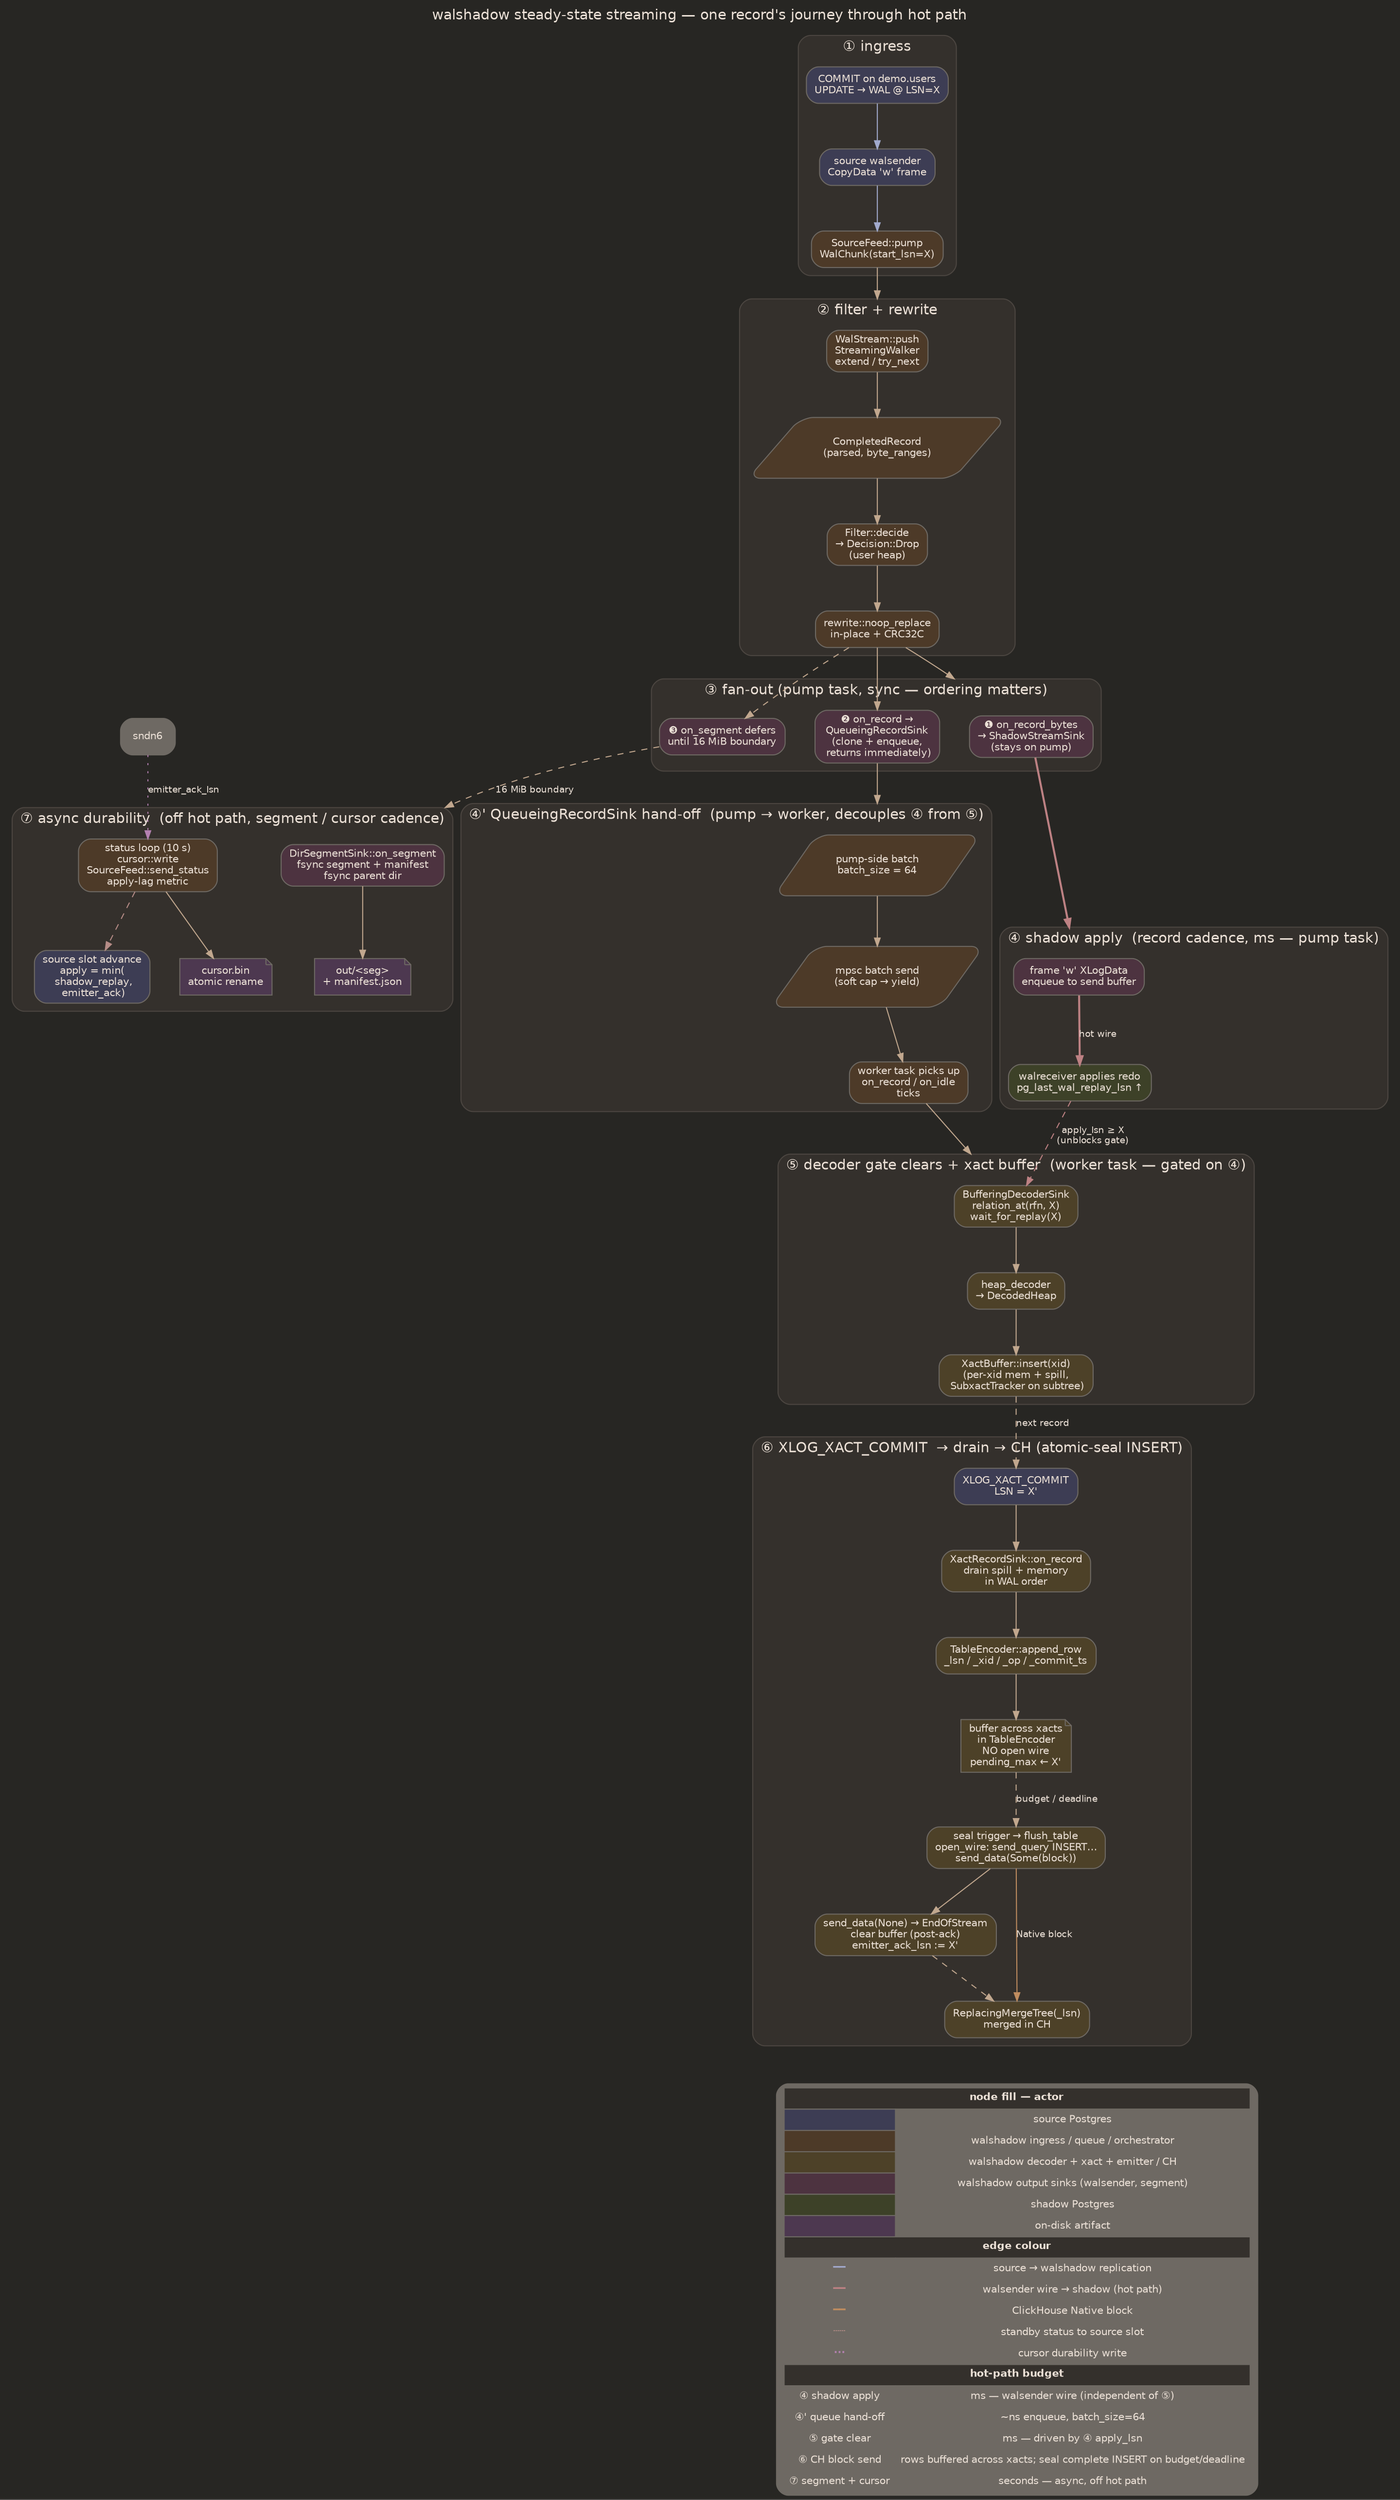
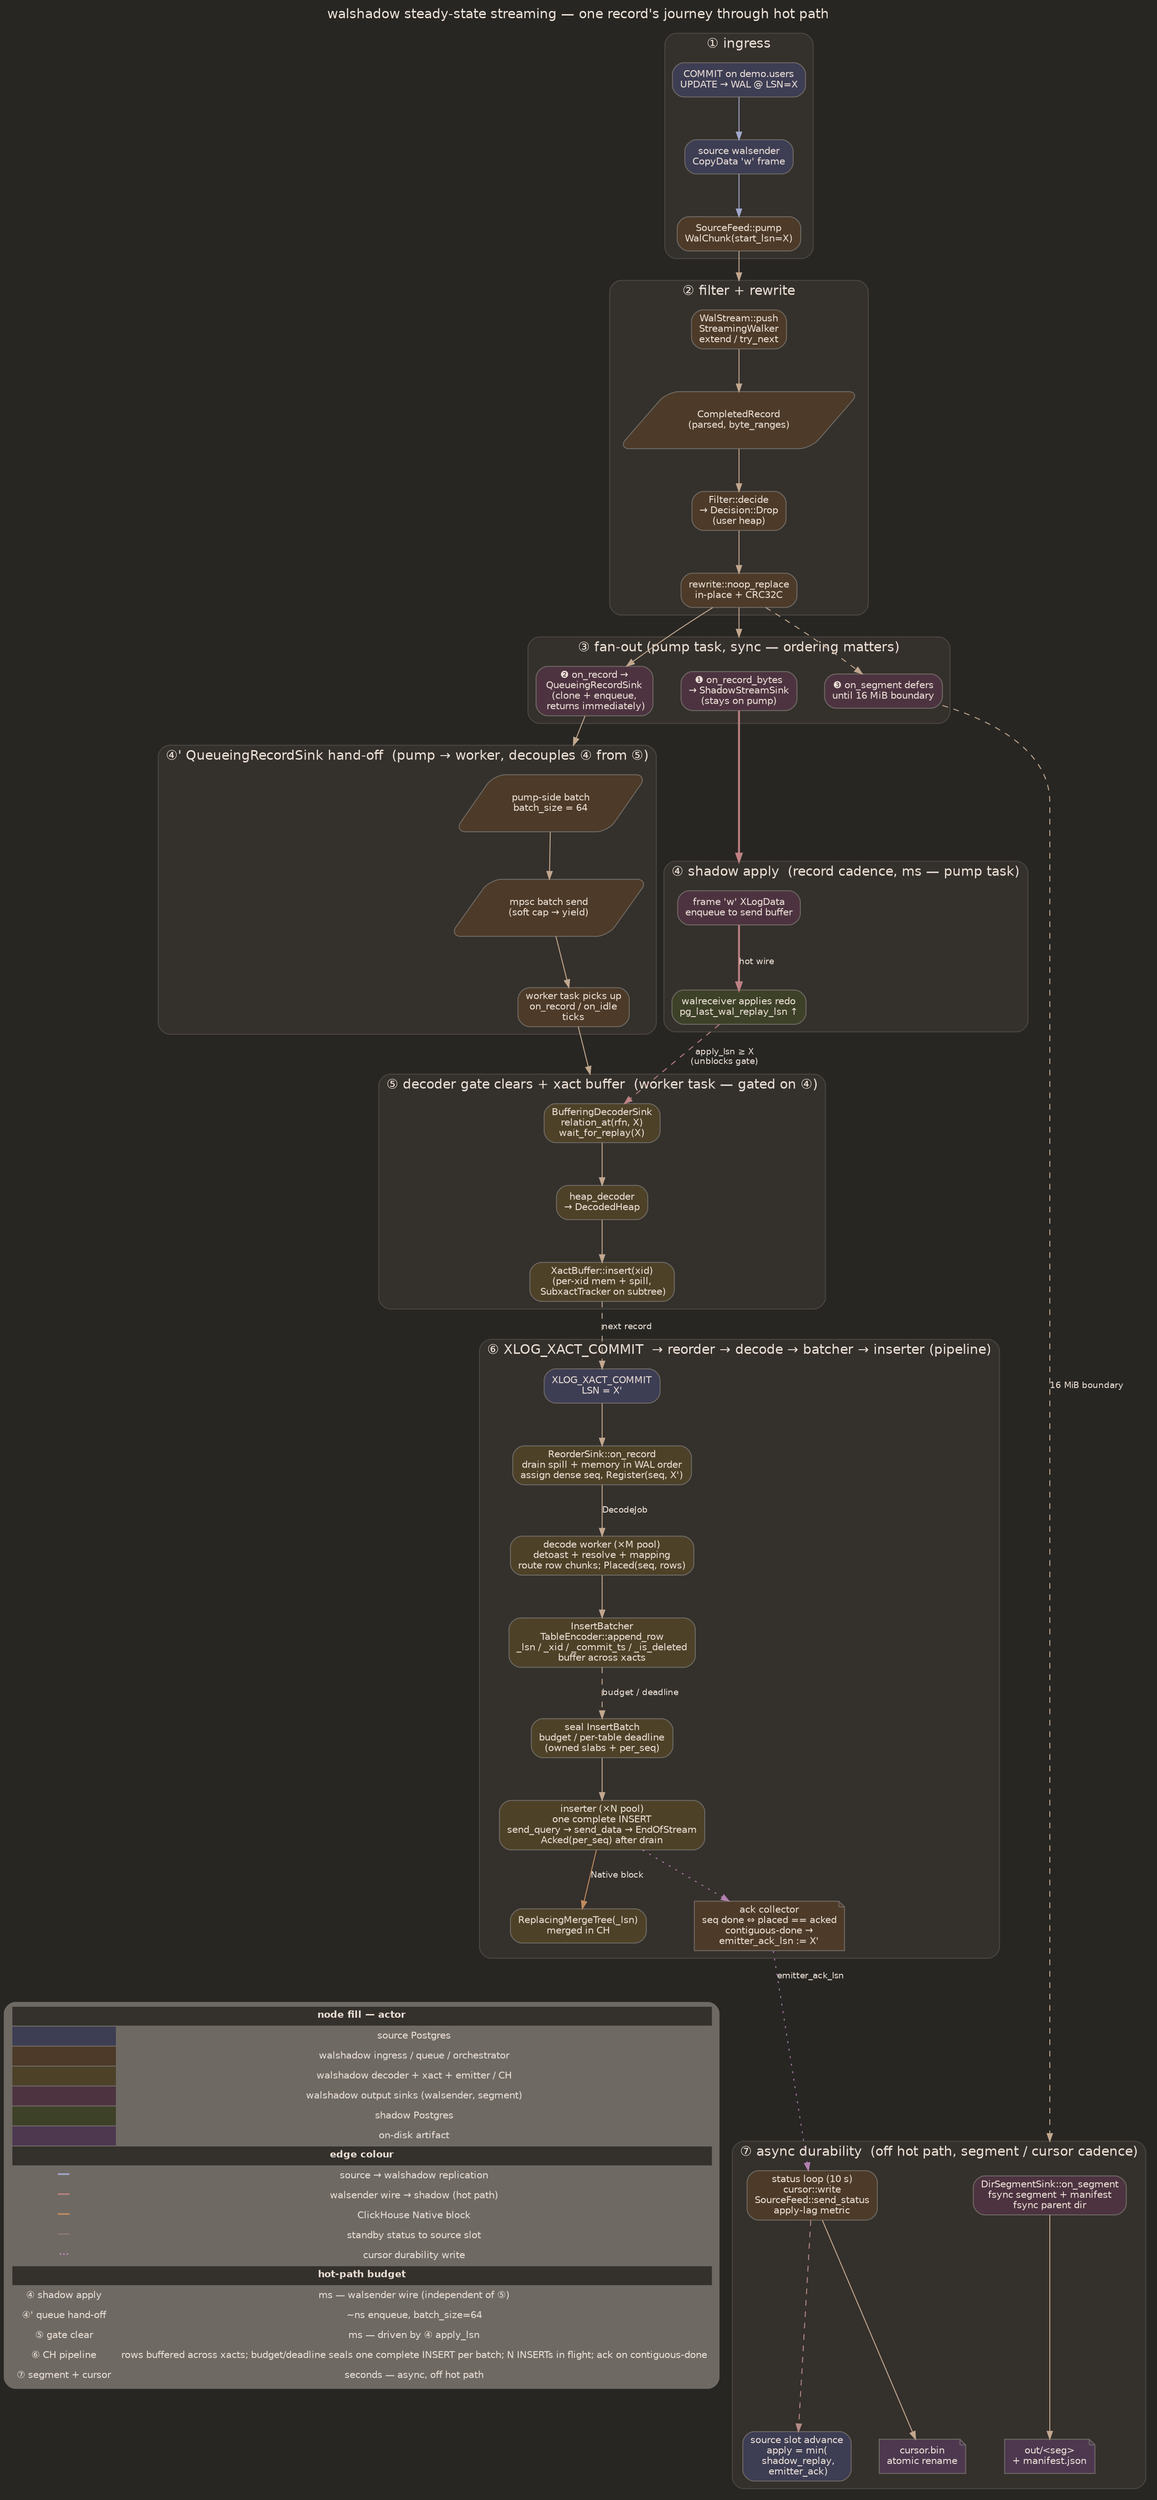
// walshadow — steady-state streaming: one record's journey
// rankdir=TB — pipeline reads top→bottom; was LR but ran 6× wider than tall
digraph timeline_streaming {
  rankdir=TB;
  compound=true;
  graph [fontname="Helvetica", labelloc="t", label="walshadow steady-state streaming — one record's journey through hot path", fontsize=14, splines=spline, nodesep=0.4, ranksep=0.6, bgcolor="#272623", fontcolor="#ECE1D7"];
  node  [fontname="Helvetica", fontsize=10, shape=box, style="rounded,filled", color="#6E6963", fontcolor="#ECE1D7"];
  edge  [fontname="Helvetica", fontsize=9, arrowsize=0.8, color="#c1a78e", fontcolor="#ECE1D7"];

  // ═════ ① ingress ═════
  subgraph cluster_p1 {
    label="① ingress";
    style="rounded,filled"; color="#4c4641"; fillcolor="#34302c"; fontcolor="#ECE1D7";

    commit [label="COMMIT on demo.users\nUPDATE → WAL @ LSN=X", fillcolor="#3D3D54"];
    wsend  [label="source walsender\nCopyData 'w' frame", fillcolor="#3D3D54"];
    feed   [label="SourceFeed::pump\nWalChunk(start_lsn=X)", fillcolor="#4D3A28"];
    commit -> wsend -> feed [color="#A1A9CC"];
  }

  // ═════ ② filter + rewrite ═════
  subgraph cluster_p2 {
    label="② filter + rewrite";
    style="rounded,filled"; color="#4c4641"; fillcolor="#34302c"; fontcolor="#ECE1D7";

    push   [label="WalStream::push\nStreamingWalker\nextend / try_next", fillcolor="#4D3A28"];
    rec    [label="CompletedRecord\n(parsed, byte_ranges)", fillcolor="#4D3A28", shape=parallelogram];
    decide [label="Filter::decide\n→ Decision::Drop\n(user heap)", fillcolor="#4D3A28"];
    rewr   [label="rewrite::noop_replace\nin-place + CRC32C", fillcolor="#4D3A28"];
    push -> rec -> decide -> rewr;
  }
  feed -> push [lhead=cluster_p2];

  // ═════ ③ fan-out (pump task — synchronous dispatch in order) ═════
  subgraph cluster_p3 {
    label="③ fan-out (pump task, sync — ordering matters)";
    style="rounded,filled"; color="#4c4641"; fillcolor="#34302c"; fontcolor="#ECE1D7";

    fbytes [label="❶ on_record_bytes\n→ ShadowStreamSink\n(stays on pump)", fillcolor="#4D3340"];
    frec   [label="❷ on_record →\nQueueingRecordSink\n(clone + enqueue,\n returns immediately)", fillcolor="#4D3340"];
    fseg   [label="❸ on_segment defers\nuntil 16 MiB boundary", fillcolor="#4D3340"];
  }
  rewr -> fbytes [lhead=cluster_p3];
  rewr -> frec;
  rewr -> fseg [style=dashed];

  // ═════ ④ shadow apply (hot wire — independent of decoder) ═════
  subgraph cluster_p4 {
    label="④ shadow apply  (record cadence, ms — pump task)";
    style="rounded,filled"; color="#4c4641"; fillcolor="#34302c"; fontcolor="#ECE1D7";

    frame4 [label="frame 'w' XLogData\nenqueue to send buffer", fillcolor="#4D3340"];
    recv4  [label="walreceiver applies redo\npg_last_wal_replay_lsn ↑", fillcolor="#3D4128"];
    frame4 -> recv4 [label="hot wire", color="#BD8183", penwidth=2];
  }
  fbytes -> frame4 [lhead=cluster_p4, color="#BD8183", penwidth=2];

  // ═════ ④' QueueingRecordSink hand-off ═════
  subgraph cluster_pQ {
    label="④' QueueingRecordSink hand-off  (pump → worker, decouples ④ from ⑤)";
    style="rounded,filled"; color="#4c4641"; fillcolor="#34302c"; fontcolor="#ECE1D7";

    qbuf [label="pump-side batch\nbatch_size = 64", fillcolor="#4D3A28", shape=parallelogram];
    qchn [label="mpsc batch send\n(soft cap → yield)", fillcolor="#4D3A28", shape=parallelogram];
    qwrk [label="worker task picks up\non_record / on_idle\nticks", fillcolor="#4D3A28"];
    qbuf -> qchn -> qwrk;
  }
  frec -> qbuf [lhead=cluster_pQ];

  // ═════ ⑤ decoder gate + xact buffer (worker task) ═════
  subgraph cluster_p5 {
    label="⑤ decoder gate clears + xact buffer  (worker task — gated on ④)";
    style="rounded,filled"; color="#4c4641"; fillcolor="#34302c"; fontcolor="#ECE1D7";

    gate5 [label="BufferingDecoderSink\nrelation_at(rfn, X)\nwait_for_replay(X)", fillcolor="#4D4128"];
    dec5  [label="heap_decoder\n→ DecodedHeap", fillcolor="#4D4128"];
    buf5  [label="XactBuffer::insert(xid)\n(per-xid mem + spill,\n SubxactTracker on subtree)", fillcolor="#4D4128"];
    gate5 -> dec5 -> buf5;
  }
  qwrk -> gate5 [lhead=cluster_p5];
  recv4 -> gate5 [label="apply_lsn ≥ X\n(unblocks gate)", style=dashed, color="#BD8183"];

-   // ═════ ⑥ commit drain → CH (atomic-seal INSERT) ═════
+   // ═════ ⑥ commit drain → CH (parallel pipeline) ═════
  subgraph cluster_p6 {
-     label="⑥ XLOG_XACT_COMMIT  → drain → CH (atomic-seal INSERT)";
+     label="⑥ XLOG_XACT_COMMIT  → reorder → decode → batcher → inserter (pipeline)";
    style="rounded,filled"; color="#4c4641"; fillcolor="#34302c"; fontcolor="#ECE1D7";

    cmt6   [label="XLOG_XACT_COMMIT\nLSN = X'", fillcolor="#3D3D54"];
-     drain6 [label="XactRecordSink::on_record\ndrain spill + memory\nin WAL order", fillcolor="#4D4128"];
-     enc6   [label="TableEncoder::append_row\n_lsn / _xid / _op / _commit_ts", fillcolor="#4D4128"];
-     buf6   [label="buffer across xacts\nin TableEncoder\nNO open wire\npending_max ← X'", fillcolor="#4D4128", shape=note];
-     seal6  [label="seal trigger → flush_table\nopen_wire: send_query INSERT…\nsend_data(Some(block))", fillcolor="#4D4128"];
-     close6 [label="send_data(None) → EndOfStream\nclear buffer (post-ack)\nemitter_ack_lsn := X'", fillcolor="#4D4128"];
+     drain6 [label="ReorderSink::on_record\ndrain spill + memory in WAL order\nassign dense seq, Register(seq, X')", fillcolor="#4D4128"];
+     dec6   [label="decode worker (×M pool)\ndetoast + resolve + mapping\nroute row chunks; Placed(seq, rows)", fillcolor="#4D4128"];
+     enc6   [label="InsertBatcher\nTableEncoder::append_row\n_lsn / _xid / _commit_ts / _is_deleted\nbuffer across xacts", fillcolor="#4D4128"];
+     seal6  [label="seal InsertBatch\nbudget / per-table deadline\n(owned slabs + per_seq)", fillcolor="#4D4128"];
+     close6 [label="inserter (×N pool)\none complete INSERT\nsend_query → send_data → EndOfStream\nAcked(per_seq) after drain", fillcolor="#4D4128"];
+     ack6   [label="ack collector\nseq done ⇔ placed == acked\ncontiguous-done →\nemitter_ack_lsn := X'", fillcolor="#4D3A28", shape=note];
    ch6    [label="ReplacingMergeTree(_lsn)\nmerged in CH", fillcolor="#4D4128"];

    cmt6 -> drain6;
-     drain6 -> enc6;
-     enc6 -> buf6;
-     buf6 -> seal6 [style=dashed, label="budget / deadline"];
+     drain6 -> dec6 [label="DecodeJob"];
+     dec6 -> enc6;
+     enc6 -> seal6 [style=dashed, label="budget / deadline"];
    seal6 -> close6;
-     seal6 -> ch6 [label="Native block", color="#BF8C5F"];
-     close6 -> ch6 [style=dashed];
+     close6 -> ch6 [label="Native block", color="#BF8C5F"];
+     close6 -> ack6 [style=dotted, color="#b380b0"];
  }
  buf5 -> cmt6 [label="next record", style=dashed];

  // ═════ ⑦ async durability (off hot path) ═════
  subgraph cluster_p7 {
    label="⑦ async durability  (off hot path, segment / cursor cadence)";
    style="rounded,filled"; color="#4c4641"; fillcolor="#34302c"; fontcolor="#ECE1D7";

    seg7  [label="DirSegmentSink::on_segment\nfsync segment + manifest\nfsync parent dir", fillcolor="#4D3340"];
    out7  [label="out/<seg>\n+ manifest.json", fillcolor="#4D3850", shape=note];
    cur7  [label="status loop (10 s)\ncursor::write\nSourceFeed::send_status\napply-lag metric", fillcolor="#4D3A28"];
    curd7 [label="cursor.bin\natomic rename", fillcolor="#4D3850", shape=note];
    slot7 [label="source slot advance\napply = min(\n shadow_replay,\n emitter_ack)", fillcolor="#3D3D54"];

    seg7 -> out7;
    cur7 -> curd7;
    cur7 -> slot7 [color="#B58B86", style=dashed];
  }
  fseg -> seg7 [label="16 MiB boundary", style=dashed, lhead=cluster_p7];
-   sndn6 -> cur7 [style=dotted, color="#b380b0", label="emitter_ack_lsn"];
+   ack6 -> cur7 [style=dotted, color="#b380b0", label="emitter_ack_lsn"];

  // ═════ Legend + budget table ═════
  legend [shape=plaintext, label=<
    <TABLE BORDER="0" CELLBORDER="1" CELLSPACING="0" CELLPADDING="4">
      <TR><TD COLSPAN="2" BGCOLOR="#34302c"><B>node fill — actor</B></TD></TR>
      <TR><TD BGCOLOR="#3D3D54" WIDTH="28"></TD><TD>source Postgres</TD></TR>
      <TR><TD BGCOLOR="#4D3A28"></TD><TD>walshadow ingress / queue / orchestrator</TD></TR>
      <TR><TD BGCOLOR="#4D4128"></TD><TD>walshadow decoder + xact + emitter / CH</TD></TR>
      <TR><TD BGCOLOR="#4D3340"></TD><TD>walshadow output sinks (walsender, segment)</TD></TR>
      <TR><TD BGCOLOR="#3D4128"></TD><TD>shadow Postgres</TD></TR>
      <TR><TD BGCOLOR="#4D3850"></TD><TD>on-disk artifact</TD></TR>
      <TR><TD COLSPAN="2" BGCOLOR="#34302c"><B>edge colour</B></TD></TR>
      <TR><TD><FONT COLOR="#A1A9CC"><B>━━</B></FONT></TD><TD>source → walshadow replication</TD></TR>
      <TR><TD><FONT COLOR="#BD8183"><B>━━</B></FONT></TD><TD>walsender wire → shadow (hot path)</TD></TR>
      <TR><TD><FONT COLOR="#BF8C5F"><B>━━</B></FONT></TD><TD>ClickHouse Native block</TD></TR>
      <TR><TD><FONT COLOR="#B58B86"><B>┄┄</B></FONT></TD><TD>standby status to source slot</TD></TR>
      <TR><TD><FONT COLOR="#b380b0"><B>···</B></FONT></TD><TD>cursor durability write</TD></TR>
      <TR><TD COLSPAN="2" BGCOLOR="#34302c"><B>hot-path budget</B></TD></TR>
      <TR><TD>④ shadow apply</TD><TD>ms — walsender wire (independent of ⑤)</TD></TR>
      <TR><TD>④' queue hand-off</TD><TD>~ns enqueue, batch_size=64</TD></TR>
      <TR><TD>⑤ gate clear</TD><TD>ms — driven by ④ apply_lsn</TD></TR>
-       <TR><TD>⑥ CH block send</TD><TD>rows buffered across xacts; seal complete INSERT on budget/deadline</TD></TR>
+       <TR><TD>⑥ CH pipeline</TD><TD>rows buffered across xacts; budget/deadline seals one complete INSERT per batch; N INSERTs in flight; ack on contiguous-done</TD></TR>
      <TR><TD>⑦ segment + cursor</TD><TD>seconds — async, off hot path</TD></TR>
    </TABLE>
  >];
  ch6 -> legend [style=invis];
}
